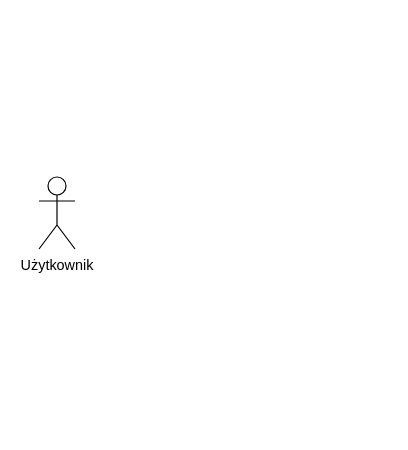
Above: diagramy/Untitled Diagram.drawio in Amazir/ssVault (draw.io), before the change. Source tidied: cells renumbered, new cells numbered last; positions are measured from the earlier drawing's top-left corner, leaving out a move shared by most shapes. Both pictures are drawn from the tidied source at 120%, with x=0, y=0 at pixel (38, 176).
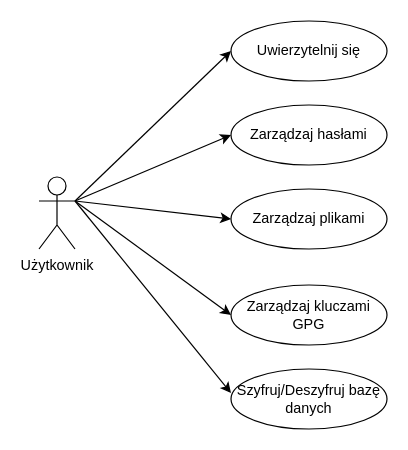
Above is the later version.

Change to the diagram source:
```diff
@@
 <mxGraphModel>
   <root>
     <mxCell id="0" />
     <mxCell id="1" parent="0" />
     <mxCell id="2" value="Użytkownik" style="shape=umlActor;verticalLabelPosition=bottom;verticalAlign=top;html=1;outlineConnect=0;" parent="1" vertex="1">
       <mxGeometry width="30" height="60" as="geometry" />
     </mxCell>
+    <mxCell id="3" value="Zarządzaj hasłami" style="ellipse;whiteSpace=wrap;html=1;" parent="1" vertex="1">
+      <mxGeometry x="160" y="-60" width="130" height="50" as="geometry" />
+    </mxCell>
+    <mxCell id="4" value="Uwierzytelnij się" style="ellipse;whiteSpace=wrap;html=1;" parent="1" vertex="1">
+      <mxGeometry x="160" y="-130" width="130" height="50" as="geometry" />
+    </mxCell>
+    <mxCell id="5" value="Zarządzaj plikami" style="ellipse;whiteSpace=wrap;html=1;" parent="1" vertex="1">
+      <mxGeometry x="160" y="10" width="130" height="50" as="geometry" />
+    </mxCell>
+    <mxCell id="6" value="Zarządzaj kluczami GPG" style="ellipse;whiteSpace=wrap;html=1;" parent="1" vertex="1">
+      <mxGeometry x="160" y="90" width="130" height="50" as="geometry" />
+    </mxCell>
+    <mxCell id="7" value="Szyfruj/Deszyfruj bazę danych" style="ellipse;whiteSpace=wrap;html=1;" parent="1" vertex="1">
+      <mxGeometry x="160" y="160" width="130" height="50" as="geometry" />
+    </mxCell>
+    <mxCell id="8" style="endArrow=classic;html=1;rounded=0;entryX=0;entryY=0.5;entryDx=0;entryDy=0;" parent="1" edge="1" target="4">
+      <mxGeometry relative="1" as="geometry">
+        <mxPoint x="30" y="20" as="sourcePoint" />
+      </mxGeometry>
+    </mxCell>
+    <mxCell id="9" style="endArrow=classic;html=1;rounded=0;exitX=1;exitY=0.3333333333333333;exitDx=0;exitDy=0;exitPerimeter=0;entryX=0;entryY=0.5;entryDx=0;entryDy=0;" parent="1" edge="1" source="2" target="3">
+      <mxGeometry relative="1" as="geometry" />
+    </mxCell>
+    <mxCell id="10" style="endArrow=classic;html=1;rounded=0;exitX=1;exitY=0.3333333333333333;exitDx=0;exitDy=0;exitPerimeter=0;entryX=0;entryY=0.5;entryDx=0;entryDy=0;" parent="1" edge="1" source="2" target="5">
+      <mxGeometry relative="1" as="geometry" />
+    </mxCell>
+    <mxCell id="11" style="endArrow=classic;html=1;rounded=0;exitX=1;exitY=0.3333333333333333;exitDx=0;exitDy=0;exitPerimeter=0;entryX=0;entryY=0.5;entryDx=0;entryDy=0;" parent="1" edge="1" source="2" target="6">
+      <mxGeometry relative="1" as="geometry" />
+    </mxCell>
+    <mxCell id="12" style="endArrow=classic;html=1;rounded=0;exitX=1;exitY=0.3333333333333333;exitDx=0;exitDy=0;exitPerimeter=0;entryX=0;entryY=0.4;entryDx=0;entryDy=0;entryPerimeter=0;" parent="1" edge="1" source="2" target="7">
+      <mxGeometry relative="1" as="geometry" />
+    </mxCell>
   </root>
 </mxGraphModel>
```
